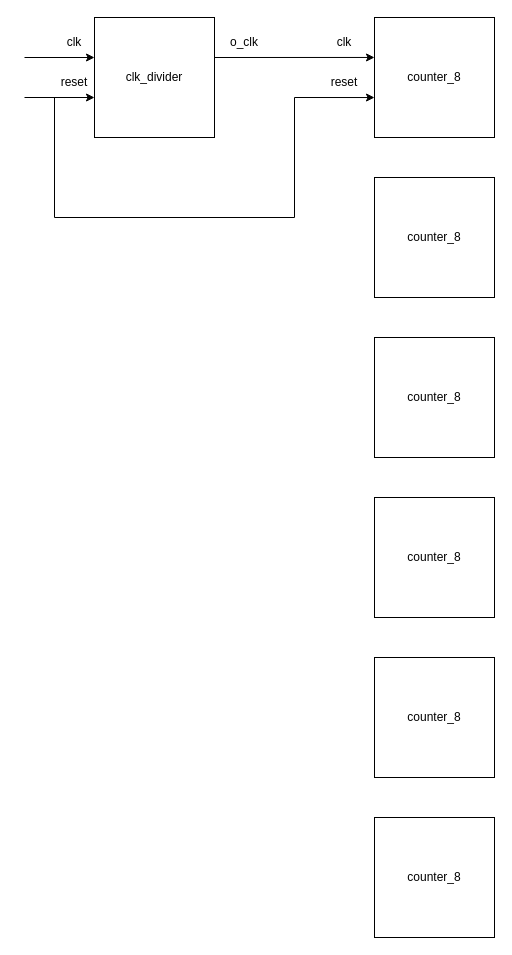
The draw.io diagram fnd_controller.drawio in Friday930/draw_io, before the edit. Source tidied: cells renumbered, new cells numbered last; positions are measured from the earlier drawing's top-left corner, leaving out a move shared by most shapes. Both pictures are drawn from the tidied source at 100%, with x=0, y=0 at pixel (24, 17).
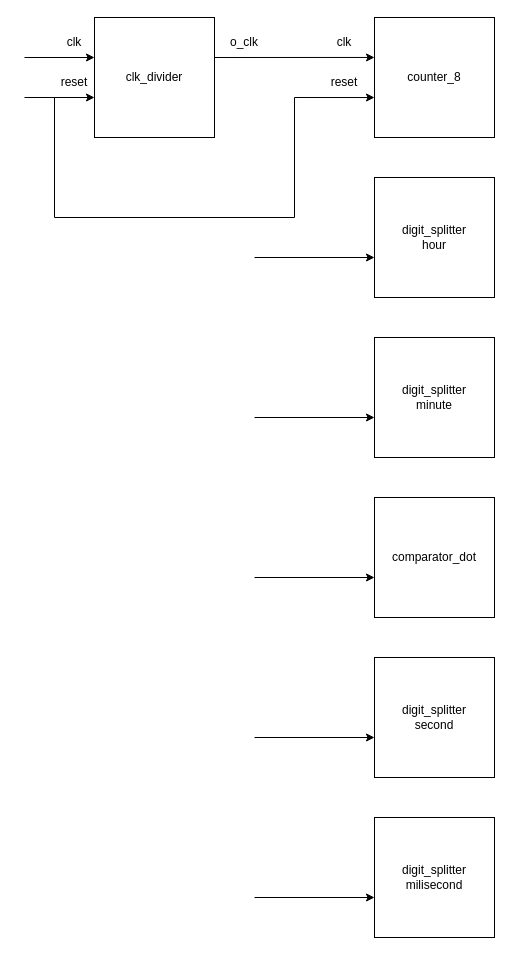
Above is the later version.

Change to the diagram source:
```diff
@@
-    <mxCell id="4" value="counter_8" style="rounded=0;whiteSpace=wrap;html=1;" parent="1" vertex="1">
+    <mxCell id="4" value="digit_splitter&lt;div&gt;hour&lt;/div&gt;" style="rounded=0;whiteSpace=wrap;html=1;" parent="1" vertex="1">
       <mxGeometry x="350" y="160" width="120" height="120" as="geometry" />
     </mxCell>
-    <mxCell id="5" value="counter_8" style="rounded=0;whiteSpace=wrap;html=1;" parent="1" vertex="1">
+    <mxCell id="5" value="digit_splitter&lt;div&gt;minute&lt;/div&gt;" style="rounded=0;whiteSpace=wrap;html=1;" parent="1" vertex="1">
       <mxGeometry x="350" y="320" width="120" height="120" as="geometry" />
     </mxCell>
-    <mxCell id="6" value="counter_8" style="rounded=0;whiteSpace=wrap;html=1;" parent="1" vertex="1">
+    <mxCell id="6" value="comparator_dot" style="rounded=0;whiteSpace=wrap;html=1;" parent="1" vertex="1">
       <mxGeometry x="350" y="480" width="120" height="120" as="geometry" />
     </mxCell>
-    <mxCell id="7" value="counter_8" style="rounded=0;whiteSpace=wrap;html=1;" parent="1" vertex="1">
+    <mxCell id="7" value="digit_splitter&lt;div&gt;second&lt;/div&gt;" style="rounded=0;whiteSpace=wrap;html=1;" parent="1" vertex="1">
       <mxGeometry x="350" y="640" width="120" height="120" as="geometry" />
     </mxCell>
-    <mxCell id="8" value="counter_8" style="rounded=0;whiteSpace=wrap;html=1;" parent="1" vertex="1">
+    <mxCell id="8" value="digit_splitter&lt;div&gt;milisecond&lt;/div&gt;" style="rounded=0;whiteSpace=wrap;html=1;" parent="1" vertex="1">
       <mxGeometry x="350" y="800" width="120" height="120" as="geometry" />
     </mxCell>
@@
+    <mxCell id="18" style="endArrow=classic;html=1;rounded=0;" parent="1" edge="1">
+      <mxGeometry relative="1" as="geometry">
+        <mxPoint x="230" y="240" as="sourcePoint" />
+        <mxPoint x="350" y="240" as="targetPoint" />
+      </mxGeometry>
+    </mxCell>
+    <mxCell id="19" style="endArrow=classic;html=1;rounded=0;" parent="1" edge="1">
+      <mxGeometry relative="1" as="geometry">
+        <mxPoint x="230" y="400" as="sourcePoint" />
+        <mxPoint x="350" y="400" as="targetPoint" />
+      </mxGeometry>
+    </mxCell>
+    <mxCell id="20" style="endArrow=classic;html=1;rounded=0;" parent="1" edge="1">
+      <mxGeometry relative="1" as="geometry">
+        <mxPoint x="230" y="560" as="sourcePoint" />
+        <mxPoint x="350" y="560" as="targetPoint" />
+      </mxGeometry>
+    </mxCell>
+    <mxCell id="21" style="endArrow=classic;html=1;rounded=0;" parent="1" edge="1">
+      <mxGeometry relative="1" as="geometry">
+        <mxPoint x="230" y="720" as="sourcePoint" />
+        <mxPoint x="350" y="720" as="targetPoint" />
+      </mxGeometry>
+    </mxCell>
+    <mxCell id="22" style="endArrow=classic;html=1;rounded=0;" parent="1" edge="1">
+      <mxGeometry relative="1" as="geometry">
+        <mxPoint x="230" y="880" as="sourcePoint" />
+        <mxPoint x="350" y="880" as="targetPoint" />
+      </mxGeometry>
+    </mxCell>
```
